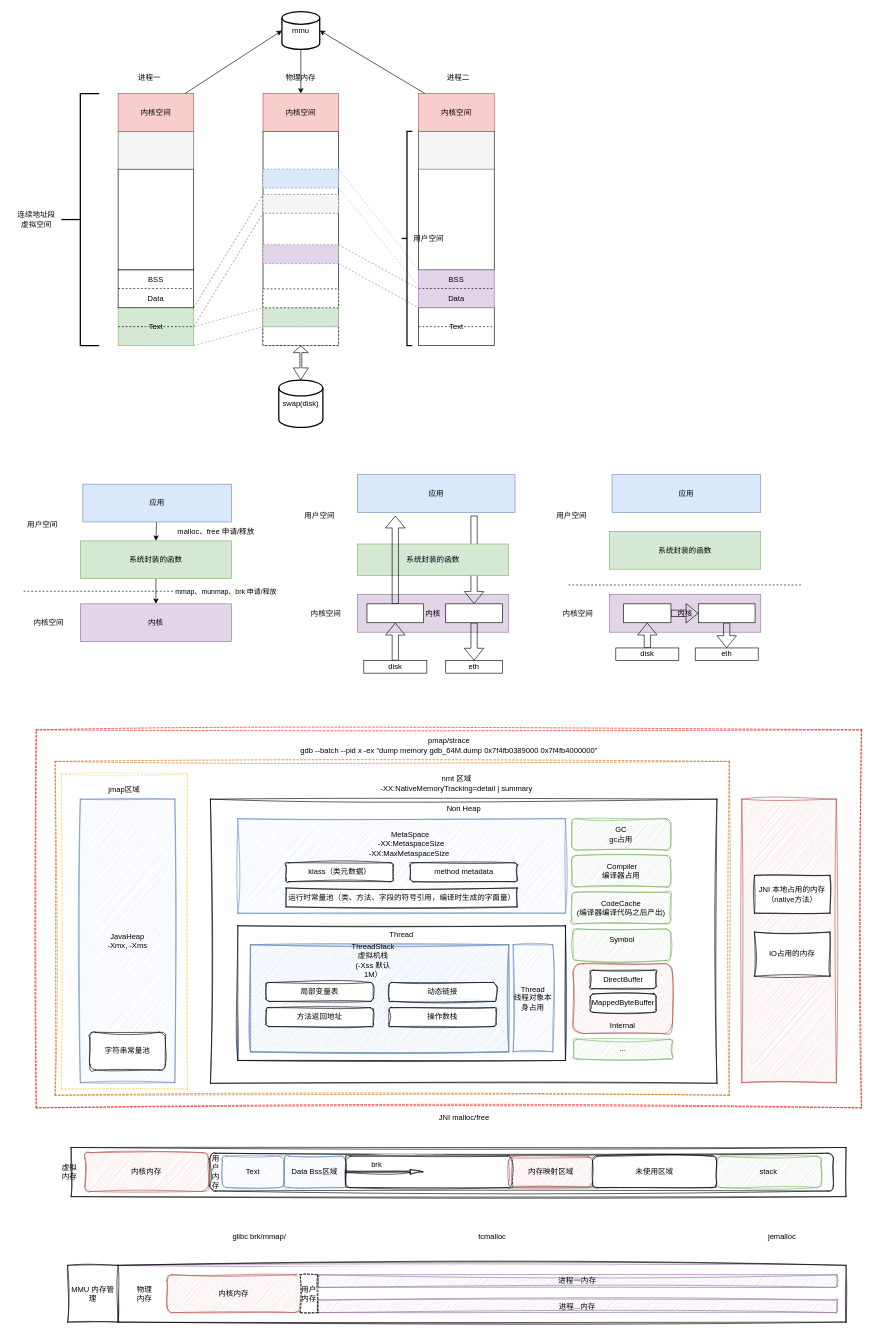
Above: java/linux内存管理.drawio in zhangwz-lib/drawio-image (draw.io), before the change. Source tidied: cells renumbered, new cells numbered last; positions are measured from the earlier drawing's top-left corner, leaving out a move shared by most shapes. Both pictures are drawn from the tidied source at 63%, with x=0, y=0 at pixel (11, 11).
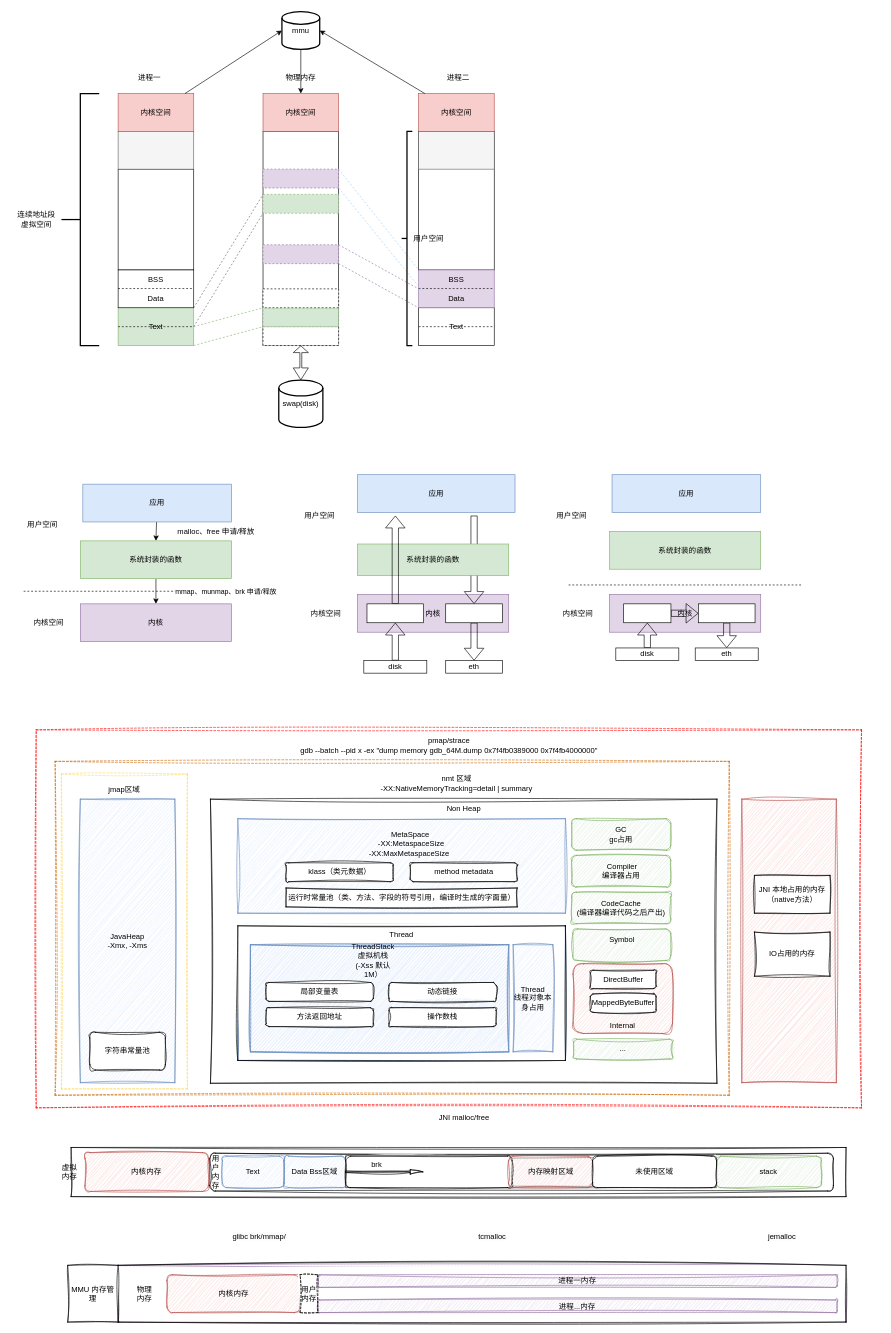
After the change.

Commit message (it also covers changes not shown here):
更新linux内存管理.drawio

The edit, as a diff of the source:
```diff
@@
-    <mxCell id="20" style="rounded=0;whiteSpace=wrap;html=1;dashed=1;fillColor=#f5f5f5;fontColor=#333333;strokeColor=#666666;" parent="1" vertex="1">
+    <mxCell id="20" style="rounded=0;whiteSpace=wrap;html=1;dashed=1;fillColor=#d5e8d4;strokeColor=#82b366;" parent="1" vertex="1">
       <mxGeometry x="400" y="290" width="120" height="30" as="geometry" />
     </mxCell>
@@
-    <mxCell id="32" style="rounded=0;whiteSpace=wrap;html=1;dashed=1;fillColor=#dae8fc;strokeColor=#6c8ebf;" parent="1" vertex="1">
+    <mxCell id="32" style="rounded=0;whiteSpace=wrap;html=1;dashed=1;fillColor=#e1d5e7;strokeColor=#9673a6;" parent="1" vertex="1">
       <mxGeometry x="400" y="250" width="120" height="30" as="geometry" />
     </mxCell>
```
